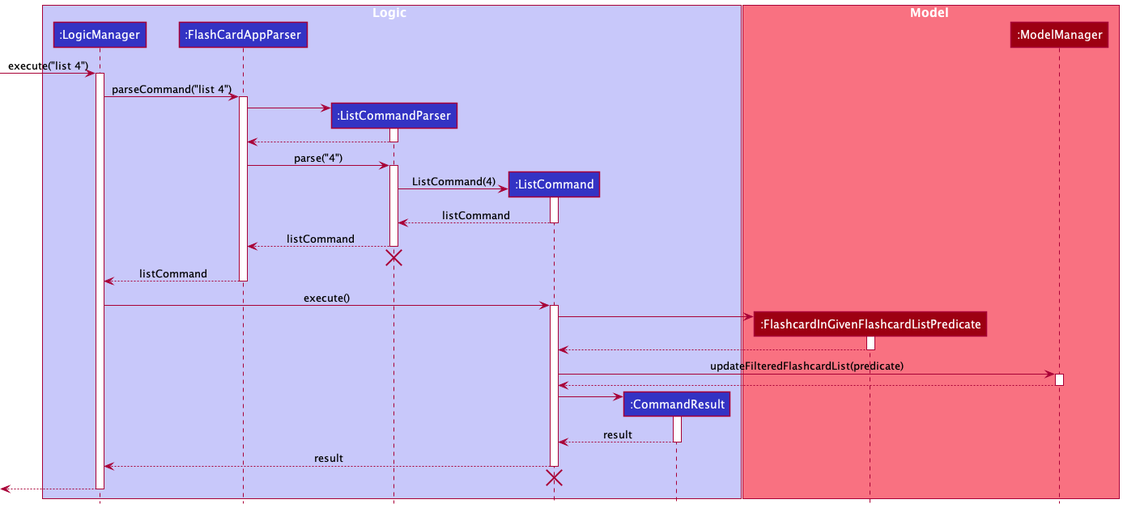
Before: docs/images/ListSequenceDiagram.png, a diagram exported from PlantUML (sharmainec/tp).
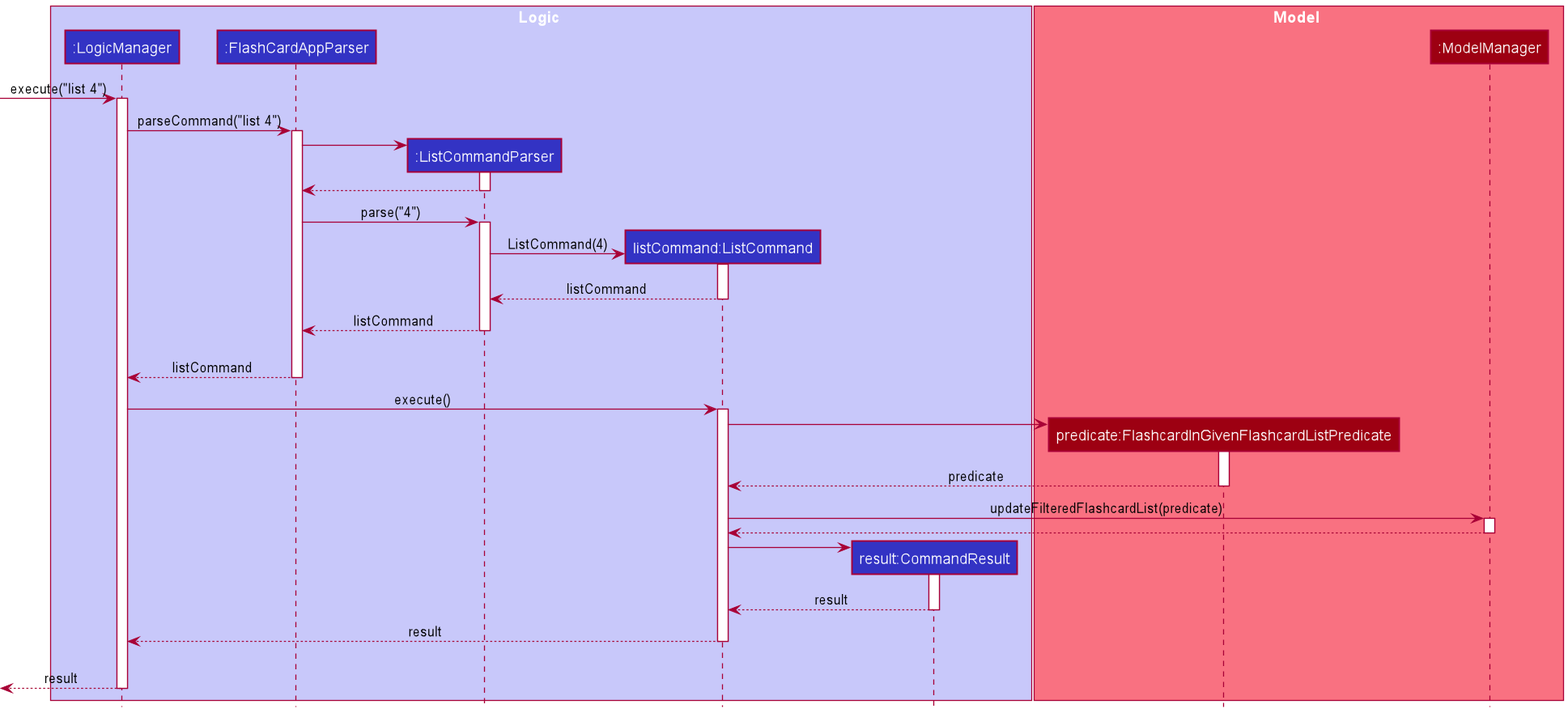
After the change.

What changed in the source:
```diff
@@ -5,12 +5,12 @@
 participant ":LogicManager" as LogicManager LOGIC_COLOR
 participant ":FlashCardAppParser" as FlashCardAppParser LOGIC_COLOR
 participant ":ListCommandParser" as ListCommandParser LOGIC_COLOR
-participant ":ListCommand" as ListCommand LOGIC_COLOR
-participant ":CommandResult" as CommandResult LOGIC_COLOR
+participant "listCommand:ListCommand" as ListCommand LOGIC_COLOR
+participant "result:CommandResult" as CommandResult LOGIC_COLOR
 end box
 
 box Model MODEL_COLOR_T1
-participant ":FlashcardInGivenFlashcardListPredicate" as FlashcardInGivenFlashcardListPredicate MODEL_COLOR
+participant "predicate:FlashcardInGivenFlashcardListPredicate" as FlashcardInGivenFlashcardListPredicate MODEL_COLOR
 participant ":ModelManager" as ModelManager MODEL_COLOR
 end box
 
@@ -40,7 +40,6 @@
 ListCommandParser --> FlashCardAppParser : listCommand
 deactivate ListCommandParser
 ListCommandParser -[hidden]-> FlashCardAppParser
-destroy ListCommandParser
 
 FlashCardAppParser --> LogicManager : listCommand
 deactivate FlashCardAppParser
@@ -52,7 +51,7 @@
 ListCommand -> FlashcardInGivenFlashcardListPredicate:
 activate FlashcardInGivenFlashcardListPredicate
 
-FlashcardInGivenFlashcardListPredicate --> ListCommand
+FlashcardInGivenFlashcardListPredicate --> ListCommand : predicate
 deactivate FlashcardInGivenFlashcardListPredicate
 
 ListCommand -> ModelManager : updateFilteredFlashcardList(predicate)
@@ -71,9 +70,8 @@
 ListCommand --> LogicManager : result
 deactivate ListCommand
 ListCommand -[hidden]-> LogicManager
-destroy ListCommand
 
-[<--LogicManager
+[<--LogicManager:result
 deactivate LogicManager
 
 @enduml
```
